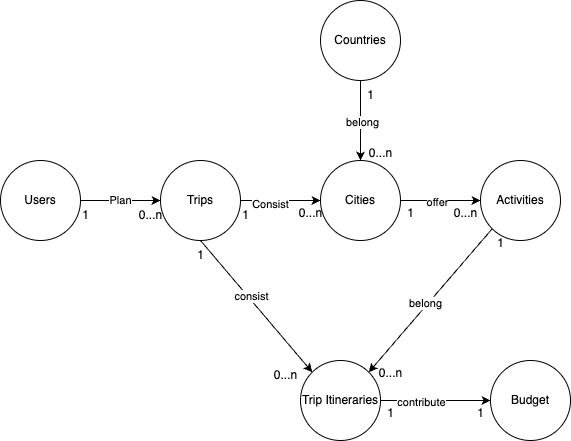
Earlier version of the draw.io export er-diagram.png (jgchoti/trip-planner-project). Source tidied: cells renumbered, new cells last; positions are measured from the earlier drawing's top-left corner, leaving out a move shared by most shapes. Source of this version:
```xml
<mxGraphModel>
  <root>
    <mxCell id="0" />
    <mxCell id="1" parent="0" />
    <mxCell id="2" value="Plan" style="edgeStyle=orthogonalEdgeStyle;rounded=0;jettySize=auto;html=1;" parent="1" edge="1" source="3" target="6">
      <mxGeometry relative="1" as="geometry" />
    </mxCell>
    <mxCell id="3" value="Users" style="ellipse;whiteSpace=wrap;html=1;" parent="1" vertex="1">
      <mxGeometry y="160" width="80" height="80" as="geometry" />
    </mxCell>
    <mxCell id="4" style="edgeStyle=orthogonalEdgeStyle;rounded=0;jettySize=auto;html=1;" parent="1" edge="1" source="6" target="9">
      <mxGeometry relative="1" as="geometry" />
    </mxCell>
    <mxCell id="5" value="Consist" style="edgeLabel;html=1;align=center;verticalAlign=middle;" parent="4" vertex="1">
      <mxGeometry x="-0.28" y="-3" relative="1" as="geometry" />
    </mxCell>
    <mxCell id="6" value="Trips" style="ellipse;whiteSpace=wrap;html=1;" parent="1" vertex="1">
      <mxGeometry x="160" y="160" width="80" height="80" as="geometry" />
    </mxCell>
    <mxCell id="7" style="edgeStyle=orthogonalEdgeStyle;rounded=0;jettySize=auto;html=1;" parent="1" edge="1" source="9" target="25">
      <mxGeometry relative="1" as="geometry" />
    </mxCell>
    <mxCell id="8" value="offer" style="edgeLabel;html=1;align=center;verticalAlign=middle;" parent="7" vertex="1">
      <mxGeometry x="-0.11" y="-1" relative="1" as="geometry" />
    </mxCell>
    <mxCell id="9" value="Cities" style="ellipse;whiteSpace=wrap;html=1;" parent="1" vertex="1">
      <mxGeometry x="320" y="160" width="80" height="80" as="geometry" />
    </mxCell>
    <mxCell id="10" value="1" style="text;html=1;align=center;verticalAlign=middle;strokeColor=none;fillColor=none;" parent="1" vertex="1">
      <mxGeometry x="70" y="200" width="30" height="30" as="geometry" />
    </mxCell>
    <mxCell id="11" value="0...n" style="text;html=1;align=center;verticalAlign=middle;strokeColor=none;fillColor=none;" parent="1" vertex="1">
      <mxGeometry x="125" y="200" width="50" height="30" as="geometry" />
    </mxCell>
    <mxCell id="12" value="1" style="text;html=1;align=center;verticalAlign=middle;strokeColor=none;fillColor=none;" parent="1" vertex="1">
      <mxGeometry x="230" y="200" width="30" height="30" as="geometry" />
    </mxCell>
    <mxCell id="13" value="0...n" style="text;html=1;align=center;verticalAlign=middle;strokeColor=none;fillColor=none;" parent="1" vertex="1">
      <mxGeometry x="285" y="198" width="50" height="30" as="geometry" />
    </mxCell>
    <mxCell id="14" style="edgeStyle=orthogonalEdgeStyle;rounded=0;jettySize=auto;html=1;" parent="1" edge="1" source="18" target="19">
      <mxGeometry relative="1" as="geometry" />
    </mxCell>
    <mxCell id="15" value="contribute" style="edgeLabel;html=1;align=center;verticalAlign=middle;" parent="14" vertex="1">
      <mxGeometry x="-0.28" y="-1" relative="1" as="geometry" />
    </mxCell>
    <mxCell id="16" style="rounded=0;jettySize=auto;html=1;entryX=0;entryY=1;entryDx=0;entryDy=0;startArrow=classic;startFill=1;endArrow=none;endFill=0;exitX=1;exitY=0;exitDx=0;exitDy=0;" parent="1" edge="1" source="18" target="25">
      <mxGeometry relative="1" as="geometry" />
    </mxCell>
    <mxCell id="17" value="belong" style="edgeLabel;html=1;align=center;verticalAlign=middle;" parent="16" vertex="1">
      <mxGeometry x="-0.06" y="3" relative="1" as="geometry" />
    </mxCell>
    <mxCell id="18" value="Trip Itineraries" style="ellipse;whiteSpace=wrap;html=1;" parent="1" vertex="1">
      <mxGeometry x="300" y="360" width="80" height="80" as="geometry" />
    </mxCell>
    <mxCell id="19" value="Budget" style="ellipse;whiteSpace=wrap;html=1;" parent="1" vertex="1">
      <mxGeometry x="490" y="360" width="80" height="80" as="geometry" />
    </mxCell>
    <mxCell id="20" style="edgeStyle=orthogonalEdgeStyle;rounded=0;jettySize=auto;html=1;exitX=0.5;exitY=1;exitDx=0;exitDy=0;entryX=0.5;entryY=0;entryDx=0;entryDy=0;" parent="1" edge="1" source="22" target="9">
      <mxGeometry relative="1" as="geometry" />
    </mxCell>
    <mxCell id="21" value="belong" style="edgeLabel;html=1;align=center;verticalAlign=middle;" parent="20" vertex="1">
      <mxGeometry x="0.03" y="1" relative="1" as="geometry" />
    </mxCell>
    <mxCell id="22" value="Countries" style="ellipse;whiteSpace=wrap;html=1;" parent="1" vertex="1">
      <mxGeometry x="320" width="80" height="80" as="geometry" />
    </mxCell>
    <mxCell id="23" value="1" style="text;html=1;align=center;verticalAlign=middle;strokeColor=none;fillColor=none;" parent="1" vertex="1">
      <mxGeometry x="355" y="80" width="30" height="30" as="geometry" />
    </mxCell>
    <mxCell id="24" value="0...n" style="text;html=1;align=center;verticalAlign=middle;strokeColor=none;fillColor=none;" parent="1" vertex="1">
      <mxGeometry x="355" y="138" width="50" height="30" as="geometry" />
    </mxCell>
    <mxCell id="25" value="Activities" style="ellipse;whiteSpace=wrap;html=1;" parent="1" vertex="1">
      <mxGeometry x="480" y="160" width="80" height="80" as="geometry" />
    </mxCell>
    <mxCell id="26" value="1" style="text;html=1;align=center;verticalAlign=middle;strokeColor=none;fillColor=none;" parent="1" vertex="1">
      <mxGeometry x="395" y="198" width="30" height="30" as="geometry" />
    </mxCell>
    <mxCell id="27" value="0...n" style="text;html=1;align=center;verticalAlign=middle;strokeColor=none;fillColor=none;" parent="1" vertex="1">
      <mxGeometry x="260" y="360" width="50" height="30" as="geometry" />
    </mxCell>
    <mxCell id="28" style="endArrow=classic;html=1;rounded=0;entryX=0;entryY=0;entryDx=0;entryDy=0;exitX=0.5;exitY=1;exitDx=0;exitDy=0;" parent="1" edge="1" source="6" target="18">
      <mxGeometry relative="1" as="geometry" />
    </mxCell>
    <mxCell id="29" value="consist" style="edgeLabel;html=1;align=center;verticalAlign=middle;" parent="28" vertex="1">
      <mxGeometry x="-0.14" y="3" relative="1" as="geometry" />
    </mxCell>
    <mxCell id="30" value="0...n" style="text;html=1;align=center;verticalAlign=middle;strokeColor=none;fillColor=none;" parent="1" vertex="1">
      <mxGeometry x="440" y="198" width="50" height="30" as="geometry" />
    </mxCell>
    <mxCell id="31" value="1" style="text;html=1;align=center;verticalAlign=middle;strokeColor=none;fillColor=none;" parent="1" vertex="1">
      <mxGeometry x="185" y="240" width="30" height="30" as="geometry" />
    </mxCell>
    <mxCell id="32" value="1" style="text;html=1;align=center;verticalAlign=middle;strokeColor=none;fillColor=none;" parent="1" vertex="1">
      <mxGeometry x="375" y="398" width="30" height="30" as="geometry" />
    </mxCell>
    <mxCell id="33" value="1" style="text;html=1;align=center;verticalAlign=middle;strokeColor=none;fillColor=none;" parent="1" vertex="1">
      <mxGeometry x="465" y="398" width="30" height="30" as="geometry" />
    </mxCell>
    <mxCell id="34" value="1" style="text;html=1;align=center;verticalAlign=middle;strokeColor=none;fillColor=none;" parent="1" vertex="1">
      <mxGeometry x="485" y="228" width="30" height="30" as="geometry" />
    </mxCell>
    <mxCell id="35" value="0...n" style="text;html=1;align=center;verticalAlign=middle;strokeColor=none;fillColor=none;" parent="1" vertex="1">
      <mxGeometry x="365" y="358" width="50" height="30" as="geometry" />
    </mxCell>
  </root>
</mxGraphModel>
```
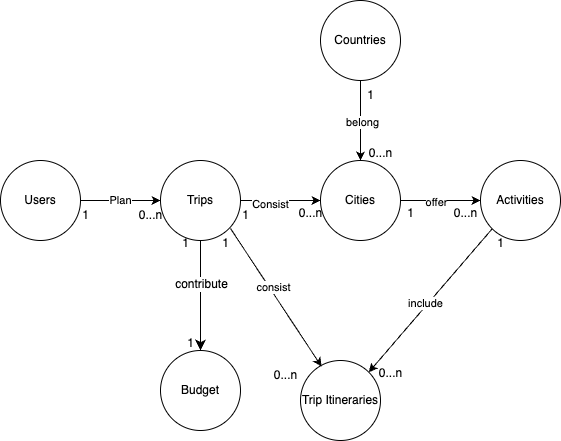
After the commit.

What changed in the source:
```diff
@@ -38,23 +38,17 @@
     <mxCell id="13" value="0...n" style="text;html=1;align=center;verticalAlign=middle;strokeColor=none;fillColor=none;" parent="1" vertex="1">
       <mxGeometry x="285" y="198" width="50" height="30" as="geometry" />
     </mxCell>
-    <mxCell id="14" style="edgeStyle=orthogonalEdgeStyle;rounded=0;jettySize=auto;html=1;" parent="1" edge="1" source="18" target="19">
-      <mxGeometry relative="1" as="geometry" />
-    </mxCell>
-    <mxCell id="15" value="contribute" style="edgeLabel;html=1;align=center;verticalAlign=middle;" parent="14" vertex="1">
-      <mxGeometry x="-0.28" y="-1" relative="1" as="geometry" />
-    </mxCell>
     <mxCell id="16" style="rounded=0;jettySize=auto;html=1;entryX=0;entryY=1;entryDx=0;entryDy=0;startArrow=classic;startFill=1;endArrow=none;endFill=0;exitX=1;exitY=0;exitDx=0;exitDy=0;" parent="1" edge="1" source="18" target="25">
       <mxGeometry relative="1" as="geometry" />
     </mxCell>
-    <mxCell id="17" value="belong" style="edgeLabel;html=1;align=center;verticalAlign=middle;" parent="16" vertex="1">
+    <mxCell id="17" value="include" style="edgeLabel;html=1;align=center;verticalAlign=middle;" parent="16" vertex="1">
       <mxGeometry x="-0.06" y="3" relative="1" as="geometry" />
     </mxCell>
     <mxCell id="18" value="Trip Itineraries" style="ellipse;whiteSpace=wrap;html=1;" parent="1" vertex="1">
       <mxGeometry x="300" y="360" width="80" height="80" as="geometry" />
     </mxCell>
     <mxCell id="19" value="Budget" style="ellipse;whiteSpace=wrap;html=1;" parent="1" vertex="1">
-      <mxGeometry x="490" y="360" width="80" height="80" as="geometry" />
+      <mxGeometry x="160" y="350" width="80" height="80" as="geometry" />
     </mxCell>
     <mxCell id="20" style="edgeStyle=orthogonalEdgeStyle;rounded=0;jettySize=auto;html=1;exitX=0.5;exitY=1;exitDx=0;exitDy=0;entryX=0.5;entryY=0;entryDx=0;entryDy=0;" parent="1" edge="1" source="22" target="9">
       <mxGeometry relative="1" as="geometry" />
@@ -80,8 +74,10 @@
     <mxCell id="27" value="0...n" style="text;html=1;align=center;verticalAlign=middle;strokeColor=none;fillColor=none;" parent="1" vertex="1">
       <mxGeometry x="260" y="360" width="50" height="30" as="geometry" />
     </mxCell>
-    <mxCell id="28" style="endArrow=classic;html=1;rounded=0;entryX=0;entryY=0;entryDx=0;entryDy=0;exitX=0.5;exitY=1;exitDx=0;exitDy=0;" parent="1" edge="1" source="6" target="18">
-      <mxGeometry relative="1" as="geometry" />
+    <mxCell id="28" style="endArrow=classic;html=1;rounded=0;entryX=0.263;entryY=0.075;entryDx=0;entryDy=0;exitX=0.5;exitY=1;exitDx=0;exitDy=0;entryPerimeter=0;" parent="1" edge="1" target="18">
+      <mxGeometry relative="1" as="geometry">
+        <mxPoint x="230" y="228" as="sourcePoint" />
+      </mxGeometry>
     </mxCell>
     <mxCell id="29" value="consist" style="edgeLabel;html=1;align=center;verticalAlign=middle;" parent="28" vertex="1">
       <mxGeometry x="-0.14" y="3" relative="1" as="geometry" />
@@ -90,13 +86,10 @@
       <mxGeometry x="440" y="198" width="50" height="30" as="geometry" />
     </mxCell>
     <mxCell id="31" value="1" style="text;html=1;align=center;verticalAlign=middle;strokeColor=none;fillColor=none;" parent="1" vertex="1">
-      <mxGeometry x="185" y="240" width="30" height="30" as="geometry" />
+      <mxGeometry x="170" y="228" width="30" height="30" as="geometry" />
     </mxCell>
-    <mxCell id="32" value="1" style="text;html=1;align=center;verticalAlign=middle;strokeColor=none;fillColor=none;" parent="1" vertex="1">
-      <mxGeometry x="375" y="398" width="30" height="30" as="geometry" />
-    </mxCell>
     <mxCell id="33" value="1" style="text;html=1;align=center;verticalAlign=middle;strokeColor=none;fillColor=none;" parent="1" vertex="1">
-      <mxGeometry x="465" y="398" width="30" height="30" as="geometry" />
+      <mxGeometry x="175" y="328" width="30" height="30" as="geometry" />
     </mxCell>
     <mxCell id="34" value="1" style="text;html=1;align=center;verticalAlign=middle;strokeColor=none;fillColor=none;" parent="1" vertex="1">
       <mxGeometry x="485" y="228" width="30" height="30" as="geometry" />
@@ -104,5 +97,14 @@
     <mxCell id="35" value="0...n" style="text;html=1;align=center;verticalAlign=middle;strokeColor=none;fillColor=none;" parent="1" vertex="1">
       <mxGeometry x="365" y="358" width="50" height="30" as="geometry" />
     </mxCell>
+    <mxCell id="36" style="endArrow=classic;html=1;rounded=0;fontSize=12;startSize=8;endSize=8;curved=1;exitX=0.5;exitY=1;exitDx=0;exitDy=0;" parent="1" edge="1" source="6" target="19">
+      <mxGeometry relative="1" as="geometry" />
+    </mxCell>
+    <mxCell id="15" value="contribute" style="edgeLabel;html=1;align=center;verticalAlign=middle;fontSize=12;" parent="36" vertex="1">
+      <mxGeometry x="-0.21" relative="1" as="geometry" />
+    </mxCell>
+    <mxCell id="32" value="1" style="text;html=1;align=center;verticalAlign=middle;strokeColor=none;fillColor=none;" parent="1" vertex="1">
+      <mxGeometry x="210" y="228" width="30" height="30" as="geometry" />
+    </mxCell>
   </root>
 </mxGraphModel>
```
